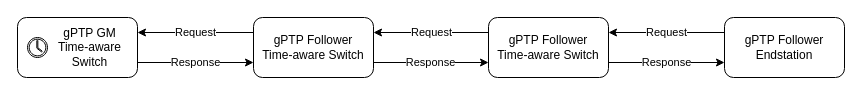
avb-academy/avb_academy keeps this draw.io diagram as static/images/gPTP-sync.drawio. Above is the earlier version. Source tidied: cells renumbered, new cells numbered last; positions are measured from the earlier drawing's top-left corner, leaving out a move shared by most shapes. Both pictures are drawn from the tidied source at 100%, with x=0, y=0 at pixel (17, 17).
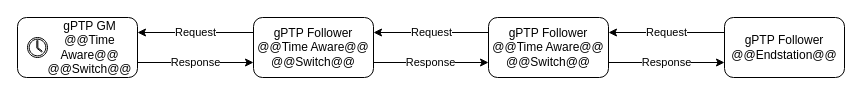
Above is the later version.

The edit, as a diff of the source:
```diff
@@
 <mxGraphModel>
   <root>
     <mxCell id="0" />
     <mxCell id="1" parent="0" />
     <mxCell id="2" style="group;spacingLeft=0;" parent="1" vertex="1">
       <mxGeometry width="120" height="60" as="geometry" />
     </mxCell>
-    <mxCell id="3" value="gPTP GM&lt;div&gt;&lt;div style=&quot;&quot;&gt;&lt;span style=&quot;background-color: initial;&quot;&gt;Time-aware&lt;/span&gt;&lt;/div&gt;&lt;div&gt;&lt;span style=&quot;background-color: initial;&quot;&gt;Switch&lt;/span&gt;&lt;br&gt;&lt;/div&gt;&lt;/div&gt;" style="rounded=1;whiteSpace=wrap;html=1;align=center;spacingLeft=25;" parent="2" vertex="1">
+    <mxCell id="3" value="gPTP GM&lt;div&gt;&lt;div style=&quot;&quot;&gt;&lt;span style=&quot;background-color: initial;&quot;&gt;@@Time Aware@@&lt;/span&gt;&lt;/div&gt;&lt;div&gt;&lt;span style=&quot;background-color: initial;&quot;&gt;@@Switch@@&lt;/span&gt;&lt;br&gt;&lt;/div&gt;&lt;/div&gt;" style="rounded=1;whiteSpace=wrap;html=1;align=center;spacingLeft=25;" parent="2" vertex="1">
       <mxGeometry width="120" height="60" as="geometry" />
     </mxCell>
     <mxCell id="4" style="sketch=0;shadow=0;dashed=0;html=1;labelPosition=center;verticalLabelPosition=bottom;verticalAlign=top;align=center;shape=mxgraph.office.concepts.clock;" parent="2" vertex="1">
       <mxGeometry x="10" y="20" width="20" height="20" as="geometry" />
     </mxCell>
     <mxCell id="5" value="Response" style="edgeStyle=orthogonalEdgeStyle;rounded=0;jettySize=auto;html=1;exitX=0;exitY=0.75;exitDx=0;exitDy=0;entryX=1;entryY=0.75;entryDx=0;entryDy=0;endArrow=none;endFill=0;startArrow=classic;startFill=1;" parent="1" edge="1" source="7" target="3">
       <mxGeometry relative="1" as="geometry" />
     </mxCell>
     <mxCell id="6" value="Request" style="edgeStyle=orthogonalEdgeStyle;rounded=0;jettySize=auto;html=1;exitX=1;exitY=0.25;exitDx=0;exitDy=0;entryX=0;entryY=0.25;entryDx=0;entryDy=0;endArrow=none;endFill=0;startArrow=classic;startFill=1;" parent="1" edge="1" source="7" target="10">
       <mxGeometry relative="1" as="geometry" />
     </mxCell>
-    <mxCell id="7" value="gPTP&amp;nbsp;Follower&lt;div&gt;Time-aware Switch&lt;/div&gt;" style="rounded=1;whiteSpace=wrap;html=1;" parent="1" vertex="1">
+    <mxCell id="7" value="gPTP&amp;nbsp;Follower&lt;div&gt;@@Time Aware@@ @@Switch@@&lt;/div&gt;" style="rounded=1;whiteSpace=wrap;html=1;" parent="1" vertex="1">
       <mxGeometry x="236" width="120" height="60" as="geometry" />
     </mxCell>
     <mxCell id="8" value="Response" style="edgeStyle=orthogonalEdgeStyle;rounded=0;jettySize=auto;html=1;exitX=0;exitY=0.75;exitDx=0;exitDy=0;entryX=1;entryY=0.75;entryDx=0;entryDy=0;endArrow=none;endFill=0;startArrow=classic;startFill=1;" parent="1" edge="1" source="10" target="7">
       <mxGeometry relative="1" as="geometry" />
     </mxCell>
     <mxCell id="9" value="Request" style="edgeStyle=orthogonalEdgeStyle;rounded=0;jettySize=auto;html=1;exitX=1;exitY=0.25;exitDx=0;exitDy=0;entryX=0;entryY=0.25;entryDx=0;entryDy=0;endArrow=none;endFill=0;startArrow=classic;startFill=1;" parent="1" edge="1" source="10" target="12">
       <mxGeometry relative="1" as="geometry" />
     </mxCell>
-    <mxCell id="10" value="gPTP&amp;nbsp;Follower&lt;div&gt;Time-aware Switch&lt;/div&gt;" style="rounded=1;whiteSpace=wrap;html=1;" parent="1" vertex="1">
+    <mxCell id="10" value="gPTP&amp;nbsp;Follower&lt;div&gt;@@Time Aware@@ @@Switch@@&lt;/div&gt;" style="rounded=1;whiteSpace=wrap;html=1;" parent="1" vertex="1">
       <mxGeometry x="471" width="120" height="60" as="geometry" />
     </mxCell>
     <mxCell id="11" value="Response" style="edgeStyle=orthogonalEdgeStyle;rounded=0;jettySize=auto;html=1;exitX=0;exitY=0.75;exitDx=0;exitDy=0;entryX=1;entryY=0.75;entryDx=0;entryDy=0;endArrow=none;endFill=0;startArrow=classic;startFill=1;" parent="1" edge="1" source="12" target="10">
       <mxGeometry relative="1" as="geometry" />
     </mxCell>
-    <mxCell id="12" value="gPTP&amp;nbsp;Follower&lt;div&gt;Endstation&lt;/div&gt;" style="rounded=1;whiteSpace=wrap;html=1;" parent="1" vertex="1">
+    <mxCell id="12" value="gPTP&amp;nbsp;Follower&lt;div&gt;@@Endstation@@&lt;/div&gt;" style="rounded=1;whiteSpace=wrap;html=1;" parent="1" vertex="1">
       <mxGeometry x="707" width="120" height="60" as="geometry" />
     </mxCell>
     <mxCell id="13" value="Request" style="edgeStyle=orthogonalEdgeStyle;rounded=0;jettySize=auto;html=1;exitX=1;exitY=0.25;exitDx=0;exitDy=0;entryX=0;entryY=0.25;entryDx=0;entryDy=0;endArrow=none;endFill=0;startArrow=classic;startFill=1;" parent="1" edge="1" source="3" target="7">
       <mxGeometry relative="1" as="geometry" />
     </mxCell>
   </root>
 </mxGraphModel>
```
